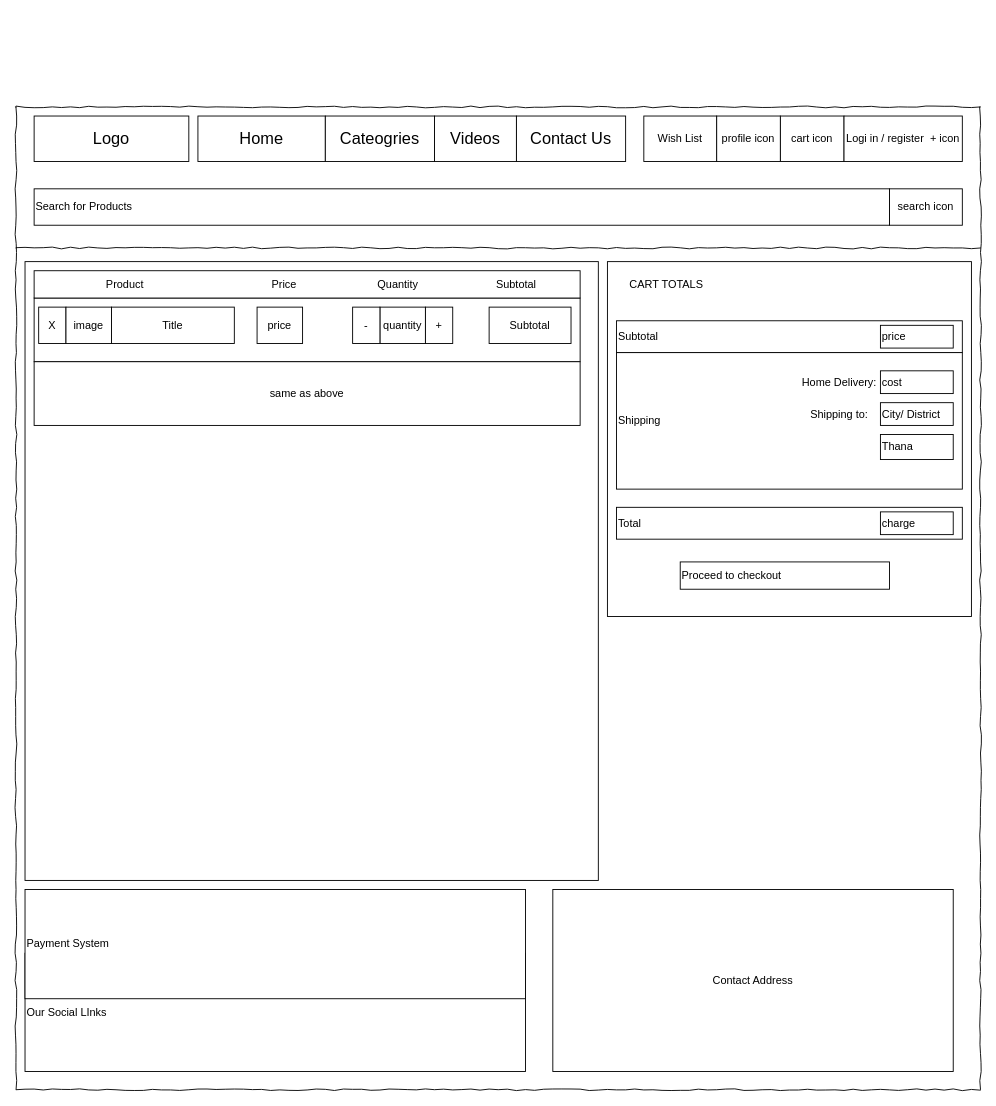
Earlier version of the draw.io diagram StoryBoards/Checkout.drawio (ARTushar/onlineshop-frontend). Source tidied: cells renumbered, new cells numbered last; positions are measured from the earlier drawing's top-left corner, leaving out a move shared by most shapes. Both pictures are drawn from the tidied source at 91%, with x=0, y=0 at pixel (15, 106).
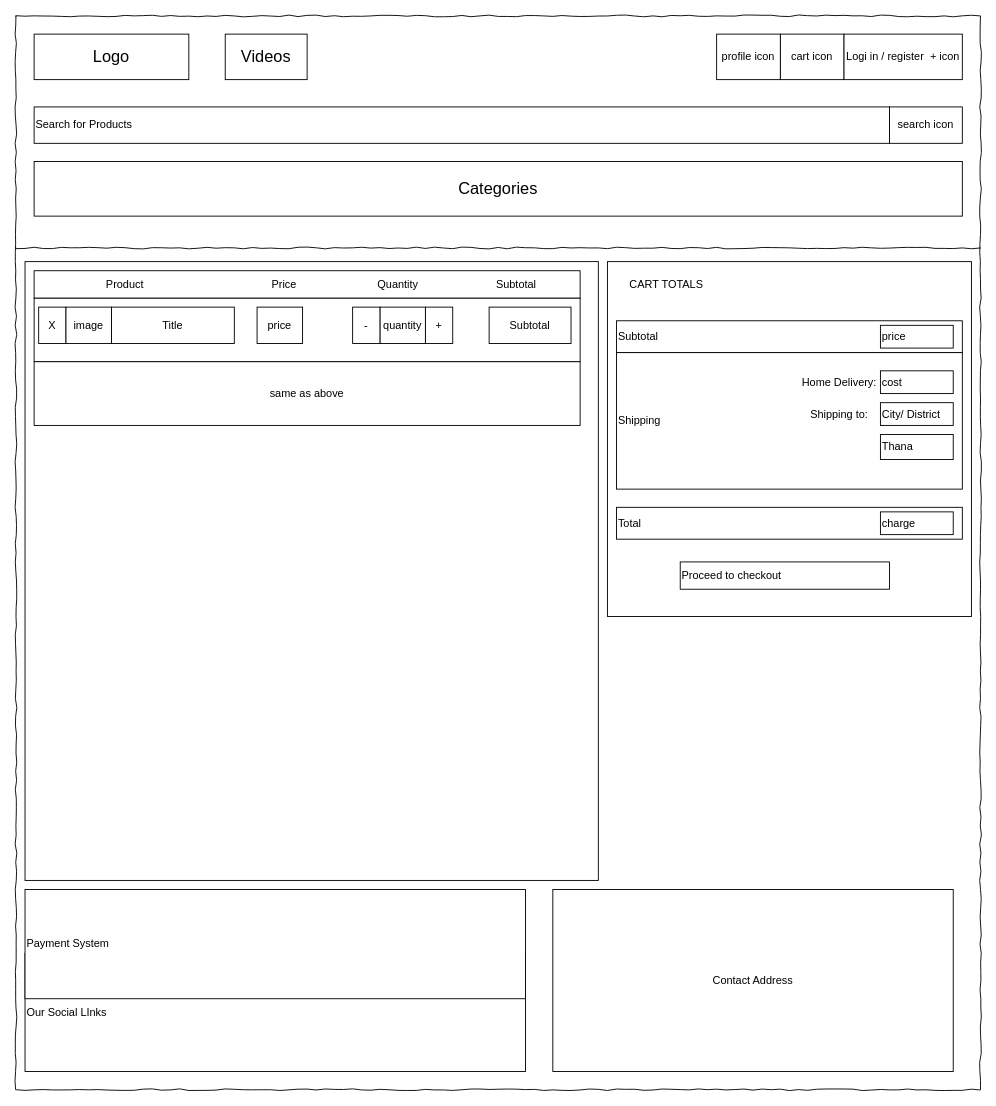
The same diagram, later.

What changed in the source:
```diff
@@
     <mxCell id="2" style="whiteSpace=wrap;html=1;rounded=0;shadow=0;labelBackgroundColor=none;strokeColor=#000000;strokeWidth=1;fillColor=none;fontFamily=Verdana;fontSize=12;fontColor=#000000;align=center;comic=1;" parent="1" vertex="1">
-      <mxGeometry width="1060" height="1080" as="geometry" />
+      <mxGeometry y="-100" width="1060" height="1180" as="geometry" />
     </mxCell>
@@
     <mxCell id="4" value="&lt;font style=&quot;font-size: 18px&quot;&gt;Logo&lt;/font&gt;" style="rounded=0;whiteSpace=wrap;html=1;" parent="1" vertex="1">
-      <mxGeometry x="20" y="10" width="170" height="50" as="geometry" />
+      <mxGeometry x="20" y="-80" width="170" height="50" as="geometry" />
     </mxCell>
     <mxCell id="5" value="cart icon" style="rounded=0;whiteSpace=wrap;html=1;" parent="1" vertex="1">
-      <mxGeometry x="840" y="10" width="70" height="50" as="geometry" />
+      <mxGeometry x="840" y="-80" width="70" height="50" as="geometry" />
     </mxCell>
     <mxCell id="6" value="Logi in / register&amp;nbsp; + icon" style="rounded=0;whiteSpace=wrap;html=1;" parent="1" vertex="1">
-      <mxGeometry x="910" y="10" width="130" height="50" as="geometry" />
+      <mxGeometry x="910" y="-80" width="130" height="50" as="geometry" />
     </mxCell>
-    <mxCell id="7" value="&lt;font style=&quot;font-size: 18px&quot;&gt;Home&lt;/font&gt;" style="rounded=0;whiteSpace=wrap;html=1;" parent="1" vertex="1">
-      <mxGeometry x="200" y="10" width="140" height="50" as="geometry" />
-    </mxCell>
-    <mxCell id="8" value="&lt;font style=&quot;font-size: 18px&quot;&gt;Cateogries&lt;/font&gt;" style="rounded=0;whiteSpace=wrap;html=1;" parent="1" vertex="1">
-      <mxGeometry x="340" y="10" width="120" height="50" as="geometry" />
-    </mxCell>
     <mxCell id="9" value="&lt;font style=&quot;font-size: 18px&quot;&gt;Videos&lt;/font&gt;" style="rounded=0;whiteSpace=wrap;html=1;" parent="1" vertex="1">
-      <mxGeometry x="460" y="10" width="90" height="50" as="geometry" />
+      <mxGeometry x="230" y="-80" width="90" height="50" as="geometry" />
     </mxCell>
     <mxCell id="10" value="profile icon" style="rounded=0;whiteSpace=wrap;html=1;" parent="1" vertex="1">
-      <mxGeometry x="770" y="10" width="70" height="50" as="geometry" />
+      <mxGeometry x="770" y="-80" width="70" height="50" as="geometry" />
     </mxCell>
-    <mxCell id="11" value="Wish List" style="rounded=0;whiteSpace=wrap;html=1;" parent="1" vertex="1">
-      <mxGeometry x="690" y="10" width="80" height="50" as="geometry" />
-    </mxCell>
-    <mxCell id="12" value="&lt;font style=&quot;font-size: 18px&quot;&gt;Contact Us&lt;/font&gt;" style="rounded=0;whiteSpace=wrap;html=1;" parent="1" vertex="1">
-      <mxGeometry x="550" y="10" width="120" height="50" as="geometry" />
-    </mxCell>
@@
     <mxCell id="16" value="Search for Products" style="rounded=0;whiteSpace=wrap;html=1;align=left;" parent="1" vertex="1">
-      <mxGeometry x="20" y="90" width="940" height="40" as="geometry" />
+      <mxGeometry x="20" width="940" height="40" as="geometry" />
     </mxCell>
     <mxCell id="17" value="search icon" style="rounded=0;whiteSpace=wrap;html=1;" parent="1" vertex="1">
-      <mxGeometry x="960" y="90" width="80" height="40" as="geometry" />
+      <mxGeometry x="960" width="80" height="40" as="geometry" />
     </mxCell>
@@
+    <mxCell id="47" value="&lt;font style=&quot;font-size: 18px&quot;&gt;Categories&lt;/font&gt;" style="rounded=0;whiteSpace=wrap;html=1;" parent="1" vertex="1">
+      <mxGeometry x="20" y="60" width="1020" height="60" as="geometry" />
+    </mxCell>
```
